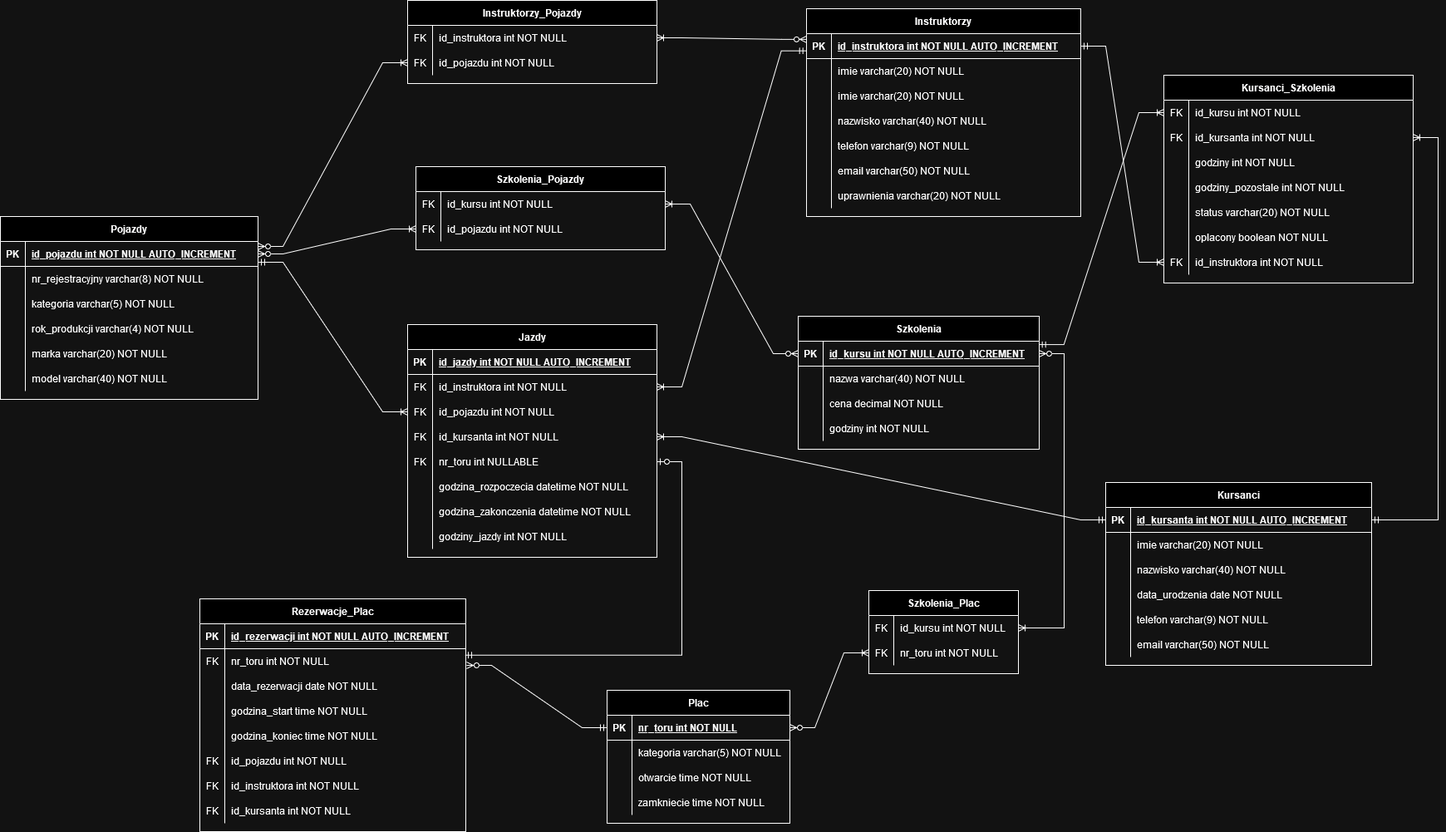
This is OSK.drawio.png from g0rzki/bd-osk, a draw.io export, as it was before one commit. Source tidied: cells renumbered, new cells last; positions are measured from the earlier drawing's top-left corner, leaving out a move shared by most shapes.
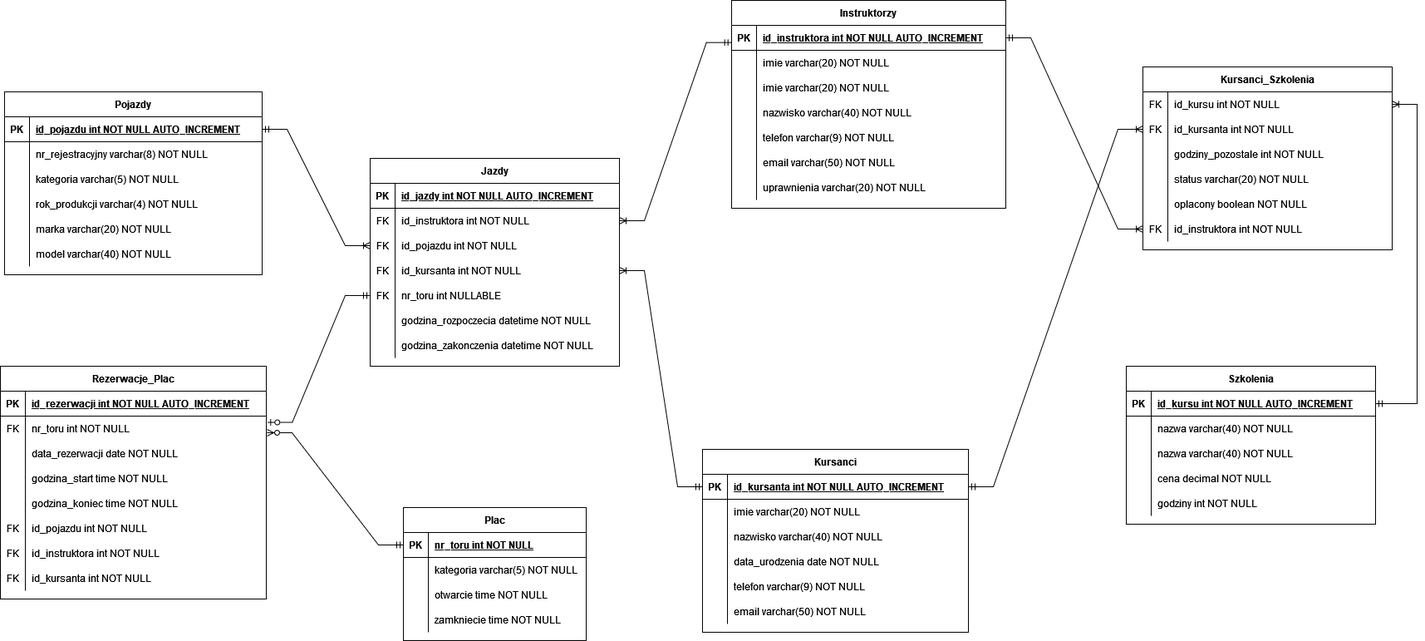
The same file after the commit.

Commit message:
Poprawiony Diagram ERD

The edit, as a diff of the source:
```diff
@@ -5,3 +5,3 @@
     <mxCell id="2" value="Instruktorzy" style="shape=table;startSize=30;rowLines=0;fontStyle=1;align=center;" parent="1" vertex="1">
-      <mxGeometry x="970" y="10" width="330" height="250" as="geometry" />
+      <mxGeometry x="855" y="20" width="330" height="250" as="geometry" />
     </mxCell>
@@ -71,3 +71,3 @@
     <mxCell id="24" value="Kursanci" style="shape=table;startSize=30;rowLines=0;fontStyle=1;align=center;" parent="1" vertex="1">
-      <mxGeometry x="1330" y="580" width="320" height="220" as="geometry" />
+      <mxGeometry x="820" y="560" width="320" height="220" as="geometry" />
     </mxCell>
@@ -128,3 +128,3 @@
     <mxCell id="43" value="Pojazdy" style="shape=table;startSize=30;rowLines=0;fontStyle=1;align=center;" parent="1" vertex="1">
-      <mxGeometry y="260" width="310" height="220" as="geometry" />
+      <mxGeometry x="-20" y="130" width="310" height="220" as="geometry" />
     </mxCell>
@@ -185,3 +185,3 @@
     <mxCell id="62" value="Plac" style="shape=table;startSize=30;rowLines=0;fontStyle=1;align=center;" parent="1" vertex="1">
-      <mxGeometry x="730" y="830" width="220" height="160" as="geometry" />
+      <mxGeometry x="460" y="630" width="220" height="160" as="geometry" />
     </mxCell>
@@ -224,6 +224,6 @@
     <mxCell id="75" value="Szkolenia" style="shape=table;startSize=30;rowLines=0;fontStyle=1;align=center;" parent="1" vertex="1">
-      <mxGeometry x="960" y="380" width="290" height="160" as="geometry" />
+      <mxGeometry x="1330" y="460" width="300" height="190" as="geometry" />
     </mxCell>
     <mxCell id="76" style="shape=partialRectangle;fillColor=none;points=[[0,0.5],[1,0.5]];portConstraint=eastwest;top=0;left=0;right=0;bottom=1;" parent="75" vertex="1">
-      <mxGeometry y="30" width="290" height="30" as="geometry" />
+      <mxGeometry y="30" width="300" height="30" as="geometry" />
     </mxCell>
@@ -233,6 +233,6 @@
     <mxCell id="78" value="id_kursu int NOT NULL AUTO_INCREMENT" style="shape=partialRectangle;overflow=hidden;fillColor=none;top=0;left=0;bottom=0;right=0;align=left;spacingLeft=6;fontStyle=5;" parent="76" vertex="1">
-      <mxGeometry x="30" width="260" height="30" as="geometry" />
+      <mxGeometry x="30" width="270" height="30" as="geometry" />
     </mxCell>
     <mxCell id="79" style="shape=partialRectangle;fillColor=none;top=0;left=0;right=0;bottom=0;" parent="75" vertex="1">
-      <mxGeometry y="60" width="290" height="30" as="geometry" />
+      <mxGeometry y="60" width="300" height="30" as="geometry" />
     </mxCell>
@@ -242,6 +242,15 @@
     <mxCell id="81" value="nazwa varchar(40) NOT NULL" style="shape=partialRectangle;overflow=hidden;fillColor=none;top=0;left=0;bottom=0;right=0;align=left;spacingLeft=6;" parent="79" vertex="1">
-      <mxGeometry x="30" width="260" height="30" as="geometry" />
+      <mxGeometry x="30" width="270" height="30" as="geometry" />
     </mxCell>
+    <mxCell id="95" style="shape=partialRectangle;fillColor=none;top=0;left=0;right=0;bottom=0;" parent="75" vertex="1">
+      <mxGeometry y="90" width="300" height="30" as="geometry" />
+    </mxCell>
+    <mxCell id="195" style="shape=partialRectangle;overflow=hidden;fillColor=none;top=0;left=0;bottom=0;right=0;" parent="95" vertex="1">
+      <mxGeometry width="30" height="30" as="geometry" />
+    </mxCell>
+    <mxCell id="196" value="nazwa varchar(40) NOT NULL" style="shape=partialRectangle;overflow=hidden;fillColor=none;top=0;left=0;bottom=0;right=0;align=left;spacingLeft=6;" parent="95" vertex="1">
+      <mxGeometry x="30" width="270" height="30" as="geometry" />
+    </mxCell>
     <mxCell id="82" style="shape=partialRectangle;fillColor=none;top=0;left=0;right=0;bottom=0;" parent="75" vertex="1">
-      <mxGeometry y="90" width="290" height="30" as="geometry" />
+      <mxGeometry y="120" width="300" height="30" as="geometry" />
     </mxCell>
@@ -251,6 +260,6 @@
     <mxCell id="84" value="cena decimal NOT NULL" style="shape=partialRectangle;overflow=hidden;fillColor=none;top=0;left=0;bottom=0;right=0;align=left;spacingLeft=6;" parent="82" vertex="1">
-      <mxGeometry x="30" width="260" height="30" as="geometry" />
+      <mxGeometry x="30" width="270" height="30" as="geometry" />
     </mxCell>
     <mxCell id="85" style="shape=partialRectangle;fillColor=none;top=0;left=0;right=0;bottom=0;" parent="75" vertex="1">
-      <mxGeometry y="120" width="290" height="30" as="geometry" />
+      <mxGeometry y="150" width="300" height="30" as="geometry" />
     </mxCell>
@@ -260,6 +269,6 @@
     <mxCell id="87" value="godziny int NOT NULL" style="shape=partialRectangle;overflow=hidden;fillColor=none;top=0;left=0;bottom=0;right=0;align=left;spacingLeft=6;" parent="85" vertex="1">
-      <mxGeometry x="30" width="260" height="30" as="geometry" />
+      <mxGeometry x="30" width="270" height="30" as="geometry" />
     </mxCell>
     <mxCell id="88" value="Kursanci_Szkolenia" style="shape=table;startSize=30;rowLines=0;fontStyle=1;align=center;" parent="1" vertex="1">
-      <mxGeometry x="1400" y="90" width="300" height="250" as="geometry" />
+      <mxGeometry x="1350" y="100" width="300" height="220" as="geometry" />
     </mxCell>
@@ -283,13 +292,4 @@
     </mxCell>
-    <mxCell id="95" style="shape=partialRectangle;fillColor=none;top=0;left=0;right=0;bottom=0;" parent="88" vertex="1">
-      <mxGeometry y="90" width="300" height="30" as="geometry" />
-    </mxCell>
-    <mxCell id="96" style="shape=partialRectangle;overflow=hidden;fillColor=none;top=0;left=0;bottom=0;right=0;" parent="95" vertex="1">
-      <mxGeometry width="30" height="30" as="geometry" />
-    </mxCell>
-    <mxCell id="97" value="godziny int NOT NULL" style="shape=partialRectangle;overflow=hidden;fillColor=none;top=0;left=0;bottom=0;right=0;align=left;spacingLeft=6;" parent="95" vertex="1">
-      <mxGeometry x="30" width="270" height="30" as="geometry" />
-    </mxCell>
     <mxCell id="98" style="shape=partialRectangle;fillColor=none;top=0;left=0;right=0;bottom=0;" parent="88" vertex="1">
-      <mxGeometry y="120" width="300" height="30" as="geometry" />
+      <mxGeometry y="90" width="300" height="30" as="geometry" />
     </mxCell>
@@ -302,3 +302,3 @@
     <mxCell id="101" style="shape=partialRectangle;fillColor=none;top=0;left=0;right=0;bottom=0;" parent="88" vertex="1">
-      <mxGeometry y="150" width="300" height="30" as="geometry" />
+      <mxGeometry y="120" width="300" height="30" as="geometry" />
     </mxCell>
@@ -311,3 +311,3 @@
     <mxCell id="104" style="shape=partialRectangle;fillColor=none;top=0;left=0;right=0;bottom=0;" parent="88" vertex="1">
-      <mxGeometry y="180" width="300" height="30" as="geometry" />
+      <mxGeometry y="150" width="300" height="30" as="geometry" />
     </mxCell>
@@ -320,3 +320,3 @@
     <mxCell id="107" style="shape=partialRectangle;fillColor=none;points=[[0,0.5],[1,0.5]];portConstraint=eastwest;top=0;left=0;right=0;bottom=0;" parent="88" vertex="1">
-      <mxGeometry y="210" width="300" height="30" as="geometry" />
+      <mxGeometry y="180" width="300" height="30" as="geometry" />
     </mxCell>
@@ -329,3 +329,3 @@
     <mxCell id="110" value="Rezerwacje_Plac" style="shape=table;startSize=30;rowLines=0;fontStyle=1;align=center;" parent="1" vertex="1">
-      <mxGeometry x="240" y="720" width="320" height="280" as="geometry" />
+      <mxGeometry x="-25" y="460" width="320" height="280" as="geometry" />
     </mxCell>
@@ -404,3 +404,3 @@
     <mxCell id="135" value="Jazdy" style="shape=table;startSize=30;rowLines=0;fontStyle=1;align=center;" parent="1" vertex="1">
-      <mxGeometry x="490" y="390" width="300" height="280" as="geometry" />
+      <mxGeometry x="420" y="210" width="300" height="250" as="geometry" />
     </mxCell>
@@ -469,11 +469,2 @@
     </mxCell>
-    <mxCell id="157" style="shape=partialRectangle;fillColor=none;top=0;left=0;right=0;bottom=0;" parent="135" vertex="1">
-      <mxGeometry y="240" width="300" height="30" as="geometry" />
-    </mxCell>
-    <mxCell id="158" style="shape=partialRectangle;overflow=hidden;fillColor=none;top=0;left=0;bottom=0;right=0;" parent="157" vertex="1">
-      <mxGeometry width="30" height="30" as="geometry" />
-    </mxCell>
-    <mxCell id="159" value="godziny_jazdy int NOT NULL" style="shape=partialRectangle;overflow=hidden;fillColor=none;top=0;left=0;bottom=0;right=0;align=left;spacingLeft=6;" parent="157" vertex="1">
-      <mxGeometry x="30" width="270" height="30" as="geometry" />
-    </mxCell>
     <mxCell id="160" style="edgeStyle=entityRelationEdgeStyle;fontSize=12;html=1;endArrow=ERoneToMany;startArrow=ERmandOne;rounded=0;" parent="1" edge="1" source="3" target="107">
@@ -494,3 +485,3 @@
     </mxCell>
-    <mxCell id="162" style="edgeStyle=entityRelationEdgeStyle;fontSize=12;html=1;endArrow=ERoneToMany;startArrow=ERmandOne;rounded=0;exitX=0.999;exitY=0.136;exitDx=0;exitDy=0;exitPerimeter=0;" parent="1" edge="1" source="76" target="89">
+    <mxCell id="162" style="edgeStyle=entityRelationEdgeStyle;fontSize=12;html=1;endArrow=ERoneToMany;startArrow=ERmandOne;rounded=0;" parent="1" edge="1" source="76" target="89">
       <mxGeometry relative="1" as="geometry" />
@@ -511,8 +502,6 @@
     </mxCell>
-    <mxCell id="165" style="edgeStyle=entityRelationEdgeStyle;fontSize=12;html=1;endArrow=ERoneToMany;startArrow=ERmandOne;rounded=0;exitX=1;exitY=0.25;exitDx=0;exitDy=0;" parent="1" edge="1" source="43">
-      <mxGeometry relative="1" as="geometry">
-        <mxPoint x="490" y="495" as="targetPoint" />
-      </mxGeometry>
+    <mxCell id="165" style="edgeStyle=entityRelationEdgeStyle;fontSize=12;html=1;endArrow=ERoneToMany;startArrow=ERmandOne;rounded=0;" parent="1" edge="1" source="44" target="142">
+      <mxGeometry relative="1" as="geometry" />
     </mxCell>
-    <mxCell id="166" style="edgeStyle=entityRelationEdgeStyle;fontSize=12;html=1;endArrow=ERzeroToOne;startArrow=ERmandOne;rounded=0;exitX=0.997;exitY=0.258;exitDx=0;exitDy=0;exitPerimeter=0;" parent="1" edge="1" source="114" target="148">
+    <mxCell id="166" style="edgeStyle=entityRelationEdgeStyle;fontSize=12;html=1;endArrow=ERzeroToOne;startArrow=ERmandOne;rounded=0;entryX=1.004;entryY=0.251;entryDx=0;entryDy=0;entryPerimeter=0;" parent="1" edge="1" source="148" target="114">
       <mxGeometry relative="1" as="geometry">
@@ -526,93 +515,2 @@
     </mxCell>
-    <mxCell id="168" value="Instruktorzy_Pojazdy" style="shape=table;startSize=30;rowLines=0;fontStyle=1;align=center;" parent="1" vertex="1">
-      <mxGeometry x="490" width="300" height="100" as="geometry" />
-    </mxCell>
-    <mxCell id="169" style="shape=partialRectangle;fillColor=none;points=[[0,0.5],[1,0.5]];portConstraint=eastwest;top=0;left=0;right=0;bottom=0;" parent="168" vertex="1">
-      <mxGeometry y="30" width="300" height="30" as="geometry" />
-    </mxCell>
-    <mxCell id="170" value="FK" style="shape=partialRectangle;overflow=hidden;fillColor=none;top=0;left=0;bottom=0;right=0;" parent="169" vertex="1">
-      <mxGeometry width="30" height="30" as="geometry" />
-    </mxCell>
-    <mxCell id="171" value="id_instruktora int NOT NULL" style="shape=partialRectangle;overflow=hidden;fillColor=none;top=0;left=0;bottom=0;right=0;align=left;spacingLeft=6;" parent="169" vertex="1">
-      <mxGeometry x="30" width="270" height="30" as="geometry" />
-    </mxCell>
-    <mxCell id="172" style="shape=partialRectangle;fillColor=none;points=[[0,0.5],[1,0.5]];portConstraint=eastwest;top=0;left=0;right=0;bottom=0;" parent="168" vertex="1">
-      <mxGeometry y="60" width="300" height="30" as="geometry" />
-    </mxCell>
-    <mxCell id="173" value="FK" style="shape=partialRectangle;overflow=hidden;fillColor=none;top=0;left=0;bottom=0;right=0;" parent="172" vertex="1">
-      <mxGeometry width="30" height="30" as="geometry" />
-    </mxCell>
-    <mxCell id="174" value="id_pojazdu int NOT NULL" style="shape=partialRectangle;overflow=hidden;fillColor=none;top=0;left=0;bottom=0;right=0;align=left;spacingLeft=6;" parent="172" vertex="1">
-      <mxGeometry x="30" width="270" height="30" as="geometry" />
-    </mxCell>
-    <mxCell id="175" value="Szkolenia_Pojazdy" style="shape=table;startSize=30;rowLines=0;fontStyle=1;align=center;" parent="1" vertex="1">
-      <mxGeometry x="500" y="200" width="300" height="100" as="geometry" />
-    </mxCell>
-    <mxCell id="176" style="shape=partialRectangle;fillColor=none;points=[[0,0.5],[1,0.5]];portConstraint=eastwest;top=0;left=0;right=0;bottom=0;" parent="175" vertex="1">
-      <mxGeometry y="30" width="300" height="30" as="geometry" />
-    </mxCell>
-    <mxCell id="177" value="FK" style="shape=partialRectangle;overflow=hidden;fillColor=none;top=0;left=0;bottom=0;right=0;" parent="176" vertex="1">
-      <mxGeometry width="30" height="30" as="geometry" />
-    </mxCell>
-    <mxCell id="178" value="id_kursu int NOT NULL" style="shape=partialRectangle;overflow=hidden;fillColor=none;top=0;left=0;bottom=0;right=0;align=left;spacingLeft=6;" parent="176" vertex="1">
-      <mxGeometry x="30" width="270" height="30" as="geometry" />
-    </mxCell>
-    <mxCell id="179" style="shape=partialRectangle;fillColor=none;points=[[0,0.5],[1,0.5]];portConstraint=eastwest;top=0;left=0;right=0;bottom=0;" parent="175" vertex="1">
-      <mxGeometry y="60" width="300" height="30" as="geometry" />
-    </mxCell>
-    <mxCell id="180" value="FK" style="shape=partialRectangle;overflow=hidden;fillColor=none;top=0;left=0;bottom=0;right=0;" parent="179" vertex="1">
-      <mxGeometry width="30" height="30" as="geometry" />
-    </mxCell>
-    <mxCell id="181" value="id_pojazdu int NOT NULL" style="shape=partialRectangle;overflow=hidden;fillColor=none;top=0;left=0;bottom=0;right=0;align=left;spacingLeft=6;" parent="179" vertex="1">
-      <mxGeometry x="30" width="270" height="30" as="geometry" />
-    </mxCell>
-    <mxCell id="182" value="Szkolenia_Plac" style="shape=table;startSize=30;rowLines=0;fontStyle=1;align=center;" parent="1" vertex="1">
-      <mxGeometry x="1045" y="710" width="180" height="100" as="geometry" />
-    </mxCell>
-    <mxCell id="183" style="shape=partialRectangle;fillColor=none;points=[[0,0.5],[1,0.5]];portConstraint=eastwest;top=0;left=0;right=0;bottom=0;" parent="182" vertex="1">
-      <mxGeometry y="30" width="180" height="30" as="geometry" />
-    </mxCell>
-    <mxCell id="184" value="FK" style="shape=partialRectangle;overflow=hidden;fillColor=none;top=0;left=0;bottom=0;right=0;" parent="183" vertex="1">
-      <mxGeometry width="30" height="30" as="geometry" />
-    </mxCell>
-    <mxCell id="185" value="id_kursu int NOT NULL" style="shape=partialRectangle;overflow=hidden;fillColor=none;top=0;left=0;bottom=0;right=0;align=left;spacingLeft=6;" parent="183" vertex="1">
-      <mxGeometry x="30" width="150" height="30" as="geometry" />
-    </mxCell>
-    <mxCell id="186" style="shape=partialRectangle;fillColor=none;points=[[0,0.5],[1,0.5]];portConstraint=eastwest;top=0;left=0;right=0;bottom=0;" parent="182" vertex="1">
-      <mxGeometry y="60" width="180" height="30" as="geometry" />
-    </mxCell>
-    <mxCell id="187" value="FK" style="shape=partialRectangle;overflow=hidden;fillColor=none;top=0;left=0;bottom=0;right=0;" parent="186" vertex="1">
-      <mxGeometry width="30" height="30" as="geometry" />
-    </mxCell>
-    <mxCell id="188" value="nr_toru int NOT NULL" style="shape=partialRectangle;overflow=hidden;fillColor=none;top=0;left=0;bottom=0;right=0;align=left;spacingLeft=6;" parent="186" vertex="1">
-      <mxGeometry x="30" width="150" height="30" as="geometry" />
-    </mxCell>
-    <mxCell id="189" style="edgeStyle=entityRelationEdgeStyle;fontSize=12;html=1;endArrow=ERoneToMany;startArrow=ERzeroToMany;rounded=0;exitX=0;exitY=0.229;exitDx=0;exitDy=0;exitPerimeter=0;" parent="1" edge="1" source="3" target="169">
-      <mxGeometry relative="1" as="geometry">
-        <Array as="points">
-          <mxPoint x="870" y="65" />
-        </Array>
-      </mxGeometry>
-    </mxCell>
-    <mxCell id="190" style="edgeStyle=entityRelationEdgeStyle;fontSize=12;html=1;endArrow=ERoneToMany;startArrow=ERzeroToMany;rounded=0;" parent="1" edge="1" target="172">
-      <mxGeometry relative="1" as="geometry">
-        <mxPoint x="310" y="296" as="sourcePoint" />
-      </mxGeometry>
-    </mxCell>
-    <mxCell id="191" style="edgeStyle=entityRelationEdgeStyle;fontSize=12;html=1;endArrow=ERoneToMany;startArrow=ERzeroToMany;rounded=0;" parent="1" edge="1" source="76" target="176">
-      <mxGeometry relative="1" as="geometry" />
-    </mxCell>
-    <mxCell id="192" style="edgeStyle=entityRelationEdgeStyle;fontSize=12;html=1;endArrow=ERoneToMany;startArrow=ERzeroToMany;rounded=0;" parent="1" edge="1" source="44" target="179">
-      <mxGeometry relative="1" as="geometry" />
-    </mxCell>
-    <mxCell id="193" style="edgeStyle=entityRelationEdgeStyle;fontSize=12;html=1;endArrow=ERoneToMany;startArrow=ERzeroToMany;rounded=0;" parent="1" edge="1" source="76" target="183">
-      <mxGeometry relative="1" as="geometry">
-        <Array as="points">
-          <mxPoint x="940" y="660" />
-        </Array>
-      </mxGeometry>
-    </mxCell>
-    <mxCell id="194" style="edgeStyle=entityRelationEdgeStyle;fontSize=12;html=1;endArrow=ERoneToMany;startArrow=ERzeroToMany;rounded=0;" parent="1" edge="1" source="63" target="186">
-      <mxGeometry relative="1" as="geometry" />
-    </mxCell>
   </root>
```
